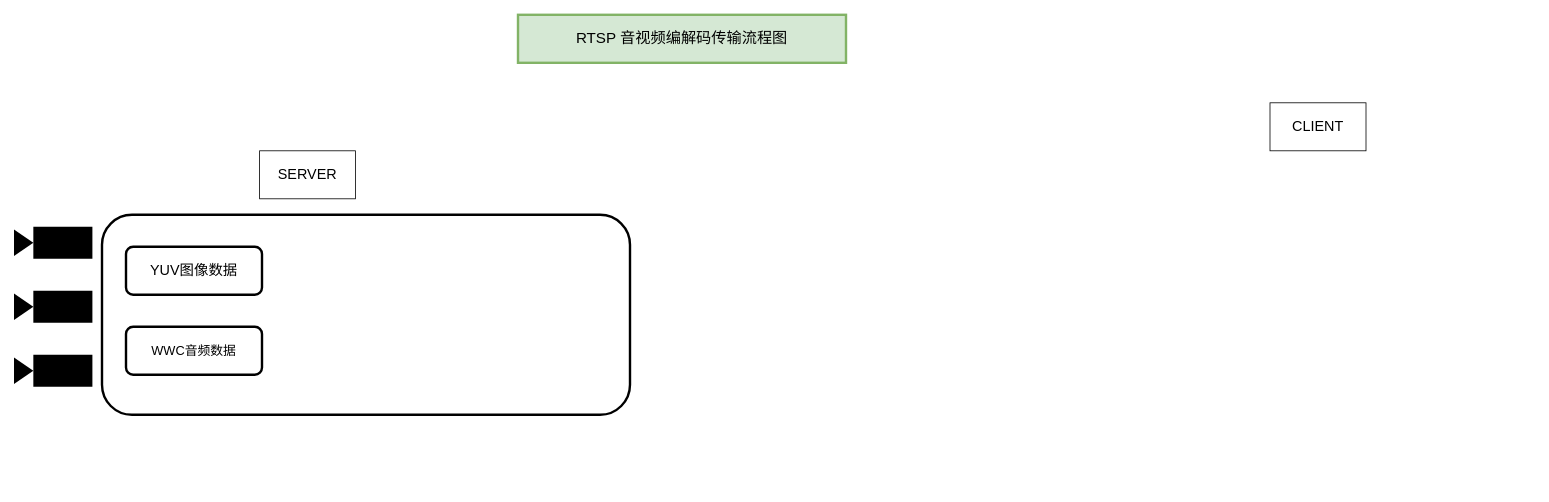
This is Untitled Diagram.drawio from Jacksliwen/Jacksliwen, a draw.io file, before an edit. Source tidied: cells renumbered, new cells numbered last; positions are measured from the earlier drawing's top-left corner, leaving out a move shared by most shapes. Both pictures are drawn from the tidied source at 80%, with x=0, y=0 at pixel (14, 14).
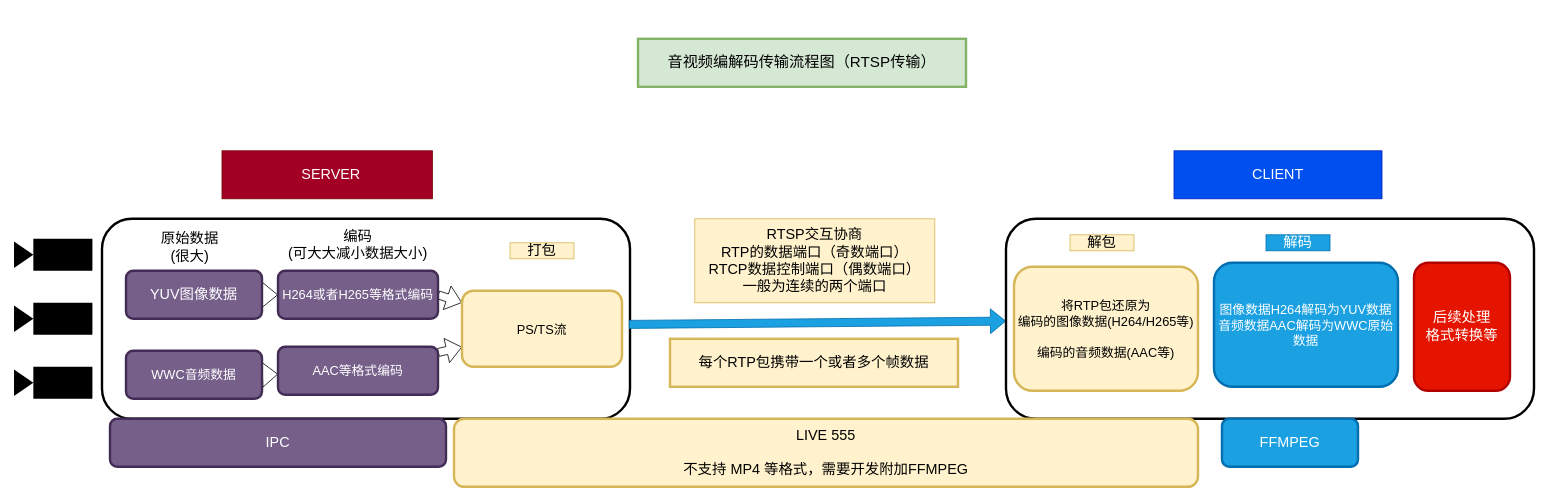
Above is the later version.

Commit message:
音视频编解码传输流程图（RTSP传输）.drawio

What changed in the source:
```diff
@@
-    <mxCell id="2" value="SERVER" style="rounded=0;whiteSpace=wrap;html=1;fontSize=18;" parent="1" vertex="1">
-      <mxGeometry x="307" y="170" width="120" height="60" as="geometry" />
+    <mxCell id="2" value="&lt;div&gt;&amp;nbsp; SERVER&lt;/div&gt;" style="rounded=0;whiteSpace=wrap;html=1;fontSize=18;fillColor=#a20025;strokeColor=#6F0000;fontColor=#ffffff;" parent="1" vertex="1">
+      <mxGeometry x="260" y="170" width="263" height="60" as="geometry" />
     </mxCell>
-    <mxCell id="3" value="CLIENT" style="rounded=0;whiteSpace=wrap;html=1;fontSize=18;" parent="1" vertex="1">
-      <mxGeometry x="1570" y="110" width="120" height="60" as="geometry" />
+    <mxCell id="3" value="CLIENT" style="rounded=0;whiteSpace=wrap;html=1;fontSize=18;fillColor=#0050ef;strokeColor=#001DBC;fontColor=#ffffff;" parent="1" vertex="1">
+      <mxGeometry x="1450" y="170" width="260" height="60" as="geometry" />
     </mxCell>
-    <mxCell id="4" value="RTSP 音视频编解码传输流程图" style="rounded=0;whiteSpace=wrap;html=1;fillColor=#d5e8d4;strokeColor=#82b366;strokeWidth=3;fontSize=19;" parent="1" vertex="1">
-      <mxGeometry x="630" width="410" height="60" as="geometry" />
+    <mxCell id="4" value="&lt;div&gt;音视频编解码传输流程图（RTSP传输）&lt;/div&gt;" style="rounded=0;whiteSpace=wrap;html=1;fillColor=#d5e8d4;strokeColor=#82b366;strokeWidth=3;fontSize=19;" parent="1" vertex="1">
+      <mxGeometry x="780" y="30" width="410" height="60" as="geometry" />
     </mxCell>
     <mxCell id="5" style="rounded=1;whiteSpace=wrap;html=1;fontSize=18;strokeWidth=3;" parent="1" vertex="1">
-      <mxGeometry x="110" y="250" width="660" height="250" as="geometry" />
+      <mxGeometry x="110" y="255" width="660" height="250" as="geometry" />
     </mxCell>
+    <mxCell id="11" style="edgeStyle=none;shape=flexArrow;rounded=0;jettySize=auto;html=1;exitX=1;exitY=0.5;exitDx=0;exitDy=0;entryX=0;entryY=0.5;entryDx=0;entryDy=0;fontSize=16;" parent="1" edge="1" source="6" target="14">
+      <mxGeometry relative="1" as="geometry" />
+    </mxCell>
-    <mxCell id="6" value="YUV图像数据" style="rounded=1;whiteSpace=wrap;html=1;fontSize=18;strokeWidth=3;" parent="1" vertex="1">
-      <mxGeometry x="140" y="290" width="170" height="60" as="geometry" />
+    <mxCell id="6" value="YUV图像数据" style="rounded=1;whiteSpace=wrap;html=1;fontSize=18;strokeWidth=3;fillColor=#76608a;strokeColor=#432D57;fontColor=#ffffff;" parent="1" vertex="1">
+      <mxGeometry x="140" y="320" width="170" height="60" as="geometry" />
     </mxCell>
+    <mxCell id="12" style="edgeStyle=none;shape=flexArrow;rounded=0;jettySize=auto;html=1;exitX=1;exitY=0.5;exitDx=0;exitDy=0;fontSize=16;" parent="1" edge="1" source="7" target="16">
+      <mxGeometry relative="1" as="geometry" />
+    </mxCell>
-    <mxCell id="7" value="WWC音频数据" style="rounded=1;whiteSpace=wrap;html=1;fontSize=16;strokeWidth=3;" parent="1" vertex="1">
-      <mxGeometry x="140" y="390" width="170" height="60" as="geometry" />
+    <mxCell id="7" value="WWC音频数据" style="rounded=1;whiteSpace=wrap;html=1;fontSize=16;strokeWidth=3;fillColor=#76608a;strokeColor=#432D57;fontColor=#ffffff;" parent="1" vertex="1">
+      <mxGeometry x="140" y="420" width="170" height="60" as="geometry" />
     </mxCell>
     <mxCell id="8" style="shape=mxgraph.signs.tech.video_camera;html=1;fillColor=#000000;strokeColor=none;verticalLabelPosition=bottom;verticalAlign=top;align=center;fontSize=16;rotation=-180;" parent="1" vertex="1">
-      <mxGeometry y="425" width="98" height="40" as="geometry" />
+      <mxGeometry y="440" width="98" height="40" as="geometry" />
     </mxCell>
     <mxCell id="9" style="shape=mxgraph.signs.tech.video_camera;html=1;fillColor=#000000;strokeColor=none;verticalLabelPosition=bottom;verticalAlign=top;align=center;fontSize=16;rotation=-180;" parent="1" vertex="1">
-      <mxGeometry y="345" width="98" height="40" as="geometry" />
+      <mxGeometry y="360" width="98" height="40" as="geometry" />
     </mxCell>
     <mxCell id="10" style="shape=mxgraph.signs.tech.video_camera;html=1;fillColor=#000000;strokeColor=none;verticalLabelPosition=bottom;verticalAlign=top;align=center;fontSize=16;rotation=-180;" parent="1" vertex="1">
-      <mxGeometry y="265" width="98" height="40" as="geometry" />
+      <mxGeometry y="280" width="98" height="40" as="geometry" />
     </mxCell>
+    <mxCell id="13" style="edgeStyle=none;shape=flexArrow;rounded=0;jettySize=auto;html=1;exitX=1;exitY=0.5;exitDx=0;exitDy=0;fontSize=18;" parent="1" edge="1" source="14" target="17">
+      <mxGeometry relative="1" as="geometry" />
+    </mxCell>
+    <mxCell id="14" value="H264或者H265等格式编码" style="rounded=1;whiteSpace=wrap;html=1;fontSize=16;strokeWidth=3;fillColor=#76608a;strokeColor=#432D57;fontColor=#ffffff;" parent="1" vertex="1">
+      <mxGeometry x="330" y="320" width="200" height="60" as="geometry" />
+    </mxCell>
+    <mxCell id="15" style="edgeStyle=none;shape=flexArrow;rounded=0;jettySize=auto;html=1;fontSize=18;" parent="1" edge="1" source="16" target="17">
+      <mxGeometry relative="1" as="geometry" />
+    </mxCell>
+    <mxCell id="16" value="AAC等格式编码" style="rounded=1;whiteSpace=wrap;html=1;fontSize=16;strokeWidth=3;fillColor=#76608a;strokeColor=#432D57;fontColor=#ffffff;" parent="1" vertex="1">
+      <mxGeometry x="330" y="415" width="200" height="60" as="geometry" />
+    </mxCell>
+    <mxCell id="17" value="&lt;div&gt;&lt;br&gt;&lt;/div&gt;&lt;div&gt;PS/TS流&lt;/div&gt;&lt;div&gt;&lt;br&gt;&lt;/div&gt;" style="rounded=1;whiteSpace=wrap;html=1;fontSize=16;strokeWidth=3;fillColor=#fff2cc;strokeColor=#d6b656;" parent="1" vertex="1">
+      <mxGeometry x="560" y="345" width="200" height="95" as="geometry" />
+    </mxCell>
+    <mxCell id="18" value="&lt;div&gt;原始数据&lt;/div&gt;&lt;div&gt;(很大)&lt;br&gt;&lt;/div&gt;" style="text;html=1;strokeColor=none;fillColor=none;align=center;verticalAlign=middle;whiteSpace=wrap;rounded=0;fontSize=18;" parent="1" vertex="1">
+      <mxGeometry x="180" y="277.5" width="80" height="27.5" as="geometry" />
+    </mxCell>
+    <mxCell id="19" value="&lt;div&gt;编码&lt;/div&gt;&lt;div&gt;(可大大减小数据大小)&lt;/div&gt;" style="text;html=1;strokeColor=none;fillColor=none;align=center;verticalAlign=middle;whiteSpace=wrap;rounded=0;fontSize=18;" parent="1" vertex="1">
+      <mxGeometry x="310" y="265" width="240" height="45" as="geometry" />
+    </mxCell>
+    <mxCell id="20" value="打包" style="text;html=1;strokeColor=#d6b656;fillColor=#fff2cc;align=center;verticalAlign=middle;whiteSpace=wrap;rounded=0;fontSize=18;" parent="1" vertex="1">
+      <mxGeometry x="620" y="285" width="80" height="20" as="geometry" />
+    </mxCell>
+    <mxCell id="21" style="shape=flexArrow;endArrow=classic;html=1;fontSize=18;exitX=0.998;exitY=0.528;exitDx=0;exitDy=0;exitPerimeter=0;fillColor=#1ba1e2;strokeColor=#006EAF;" parent="1" edge="1" source="5" target="22">
+      <mxGeometry relative="1" as="geometry" />
+    </mxCell>
+    <mxCell id="22" style="rounded=1;whiteSpace=wrap;html=1;fontSize=18;strokeWidth=3;" parent="1" vertex="1">
+      <mxGeometry x="1240" y="255" width="660" height="250" as="geometry" />
+    </mxCell>
+    <mxCell id="23" value="&lt;div&gt;RTSP交互协商&lt;/div&gt;&lt;div&gt;RTP的数据端口（奇数端口）&lt;/div&gt;&lt;div&gt;RTCP数据控制端口（偶数端口）&lt;/div&gt;&lt;div&gt;一般为连续的两个端口&lt;br&gt;&lt;/div&gt;" style="text;html=1;strokeColor=#d6b656;fillColor=#fff2cc;align=center;verticalAlign=middle;whiteSpace=wrap;rounded=0;fontSize=18;" parent="1" vertex="1">
+      <mxGeometry x="851" y="255" width="300" height="105" as="geometry" />
+    </mxCell>
+    <mxCell id="24" value="&lt;div&gt;LIVE 555&lt;/div&gt;&lt;div&gt;&lt;br&gt;&lt;/div&gt;&lt;div&gt;不支持 MP4 等格式，需要开发附加FFMPEG&lt;/div&gt;" style="rounded=1;whiteSpace=wrap;html=1;fontSize=18;strokeWidth=3;fillColor=#fff2cc;strokeColor=#d6b656;" parent="1" vertex="1">
+      <mxGeometry x="550" y="505" width="930" height="85" as="geometry" />
+    </mxCell>
+    <mxCell id="25" value="&lt;div&gt;将RTP包还原为&lt;/div&gt;&lt;div&gt;编码的图像数据(H264/H265等)&lt;/div&gt;&lt;div&gt;&lt;br&gt;&lt;/div&gt;&lt;div&gt;编码的音频数据(AAC等)&lt;br&gt;&lt;/div&gt;" style="rounded=1;whiteSpace=wrap;html=1;fontSize=16;strokeWidth=3;fillColor=#fff2cc;strokeColor=#d6b656;" parent="1" vertex="1">
+      <mxGeometry x="1250" y="315" width="230" height="155" as="geometry" />
+    </mxCell>
+    <mxCell id="26" value="解包" style="text;html=1;strokeColor=#d6b656;fillColor=#fff2cc;align=center;verticalAlign=middle;whiteSpace=wrap;rounded=0;fontSize=18;" parent="1" vertex="1">
+      <mxGeometry x="1320" y="275" width="80" height="20" as="geometry" />
+    </mxCell>
+    <mxCell id="27" value="每个RTP包携带一个或者多个帧数据" style="rounded=0;whiteSpace=wrap;html=1;fontSize=18;strokeWidth=3;fillColor=#fff2cc;strokeColor=#d6b656;" parent="1" vertex="1">
+      <mxGeometry x="820" y="405" width="360" height="60" as="geometry" />
+    </mxCell>
+    <mxCell id="28" value="解码" style="text;html=1;align=center;verticalAlign=middle;whiteSpace=wrap;rounded=0;fontSize=18;fillColor=#1ba1e2;strokeColor=#006EAF;fontColor=#ffffff;" parent="1" vertex="1">
+      <mxGeometry x="1565" y="275" width="80" height="20" as="geometry" />
+    </mxCell>
+    <mxCell id="29" value="FFMPEG" style="rounded=1;whiteSpace=wrap;html=1;fontSize=18;strokeWidth=3;fillColor=#1ba1e2;strokeColor=#006EAF;fontColor=#ffffff;" parent="1" vertex="1">
+      <mxGeometry x="1510" y="505" width="170" height="60" as="geometry" />
+    </mxCell>
+    <mxCell id="30" value="&lt;div&gt;图像数据H264解码为YUV数据&lt;/div&gt;&lt;div&gt;音频数据AAC解码为WWC原始数据&lt;br&gt;&lt;/div&gt;" style="rounded=1;whiteSpace=wrap;html=1;fontSize=16;strokeWidth=3;fillColor=#1ba1e2;strokeColor=#006EAF;fontColor=#ffffff;" parent="1" vertex="1">
+      <mxGeometry x="1500" y="310" width="230" height="155" as="geometry" />
+    </mxCell>
+    <mxCell id="31" value="IPC" style="rounded=1;whiteSpace=wrap;html=1;fontSize=18;strokeWidth=3;fillColor=#76608a;strokeColor=#432D57;fontColor=#ffffff;" parent="1" vertex="1">
+      <mxGeometry x="120" y="505" width="420" height="60" as="geometry" />
+    </mxCell>
+    <mxCell id="32" style="edgeStyle=none;shape=flexArrow;rounded=0;orthogonalLoop=1;jettySize=auto;html=1;exitX=1;exitY=0.5;exitDx=0;exitDy=0;fontSize=18;" parent="1" edge="1" source="31" target="31">
+      <mxGeometry relative="1" as="geometry" />
+    </mxCell>
+    <mxCell id="33" value="&lt;div&gt;后续处理&lt;/div&gt;&lt;div&gt;格式转换等&lt;br&gt;&lt;/div&gt;" style="rounded=1;whiteSpace=wrap;html=1;fontSize=18;strokeWidth=3;fillColor=#e51400;strokeColor=#B20000;fontColor=#ffffff;" parent="1" vertex="1">
+      <mxGeometry x="1750" y="310" width="120" height="160" as="geometry" />
+    </mxCell>
```
